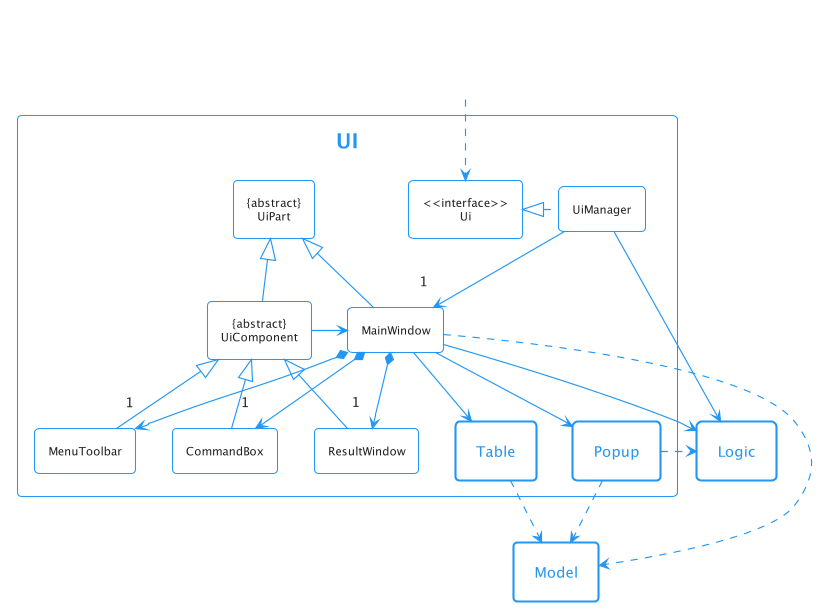
This is docs/images/UiClassDiagram.png from nus-cs2103-AY2122S2/tp, a PlantUML export, as it was before one commit. Its diagram source:
```plantuml
@startuml
!include style.puml
!theme materia-outline

skinparam backgroundColor white
skinparam shadowing false
skinparam arrowThickness 1.1

package UI <<Rectangle>> {
   Class "<<interface>>\nUi" as Ui
   Class "{abstract}\nUiPart" as UiPart
   Class "{abstract}\nUiComponent" as UiComponent
   Class UiManager
   Class MainWindow
   Class MenuToolbar
   Class CommandBox
   Class ResultWindow

   package Table <<Rectangle>> {
   }

   package Popup <<Rectangle>> {
   }
}

skinparam Class<<Hidden>> {
   BorderColor #FFFFFF
   BackgroundColor #FFFFFF
   FontColor #FFFFFF
   HeaderBackgroundColor #FFFFFF
   StereotypeFontColor #FFFFFF
}

package Model <<Rectangle>> {
}

package Logic <<Rectangle>> {
}


Class HiddenOutside<<Hidden>>
HiddenOutside ..> Ui

UiManager .left.|> Ui
UiManager -down-> "1" MainWindow
MainWindow *--> "1" MenuToolbar
MainWindow *--> "1" CommandBox
MainWindow *--> "1" ResultWindow
MainWindow --> Table
MainWindow --> Popup

MenuToolbar -up-|> UiComponent
CommandBox -up-|> UiComponent
ResultWindow -up-|> UiComponent

MainWindow -up-|> UiPart
UiComponent -up-|> UiPart

UiManager --> Logic
MainWindow --> Logic
Popup .right.> Logic

MainWindow .[norank].> Model
Popup .right.> Model
Table .down.> Model

UiComponent -left-> MainWindow

@enduml
```
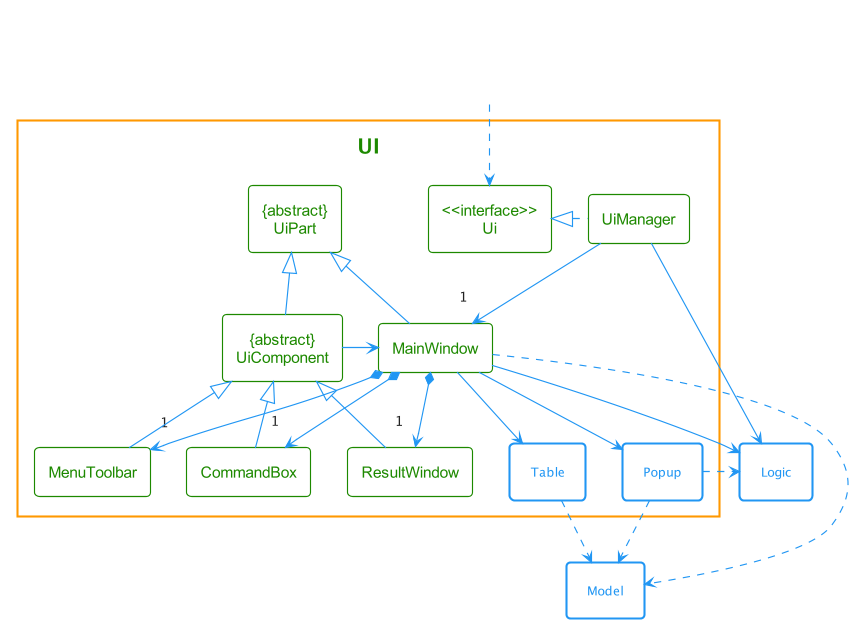
After the change.

What changed in the source:
```diff
@@ -1,34 +1,33 @@
 @startuml
 !include style.puml
-!theme materia-outline
 
-skinparam backgroundColor white
-skinparam shadowing false
-skinparam arrowThickness 1.1
+!$theme_color = UI_COLOR
 
-package UI <<Rectangle>> {
-   Class "<<interface>>\nUi" as Ui
-   Class "{abstract}\nUiPart" as UiPart
-   Class "{abstract}\nUiComponent" as UiComponent
-   Class UiManager
-   Class MainWindow
-   Class MenuToolbar
-   Class CommandBox
-   Class ResultWindow
+skinparam TitleFontColor $theme_color
+skinparam Class {
+    FontColor $theme_color
+    StereotypeFontColor $theme_color
+    BorderColor $theme_color
+    FontColor<<Hidden>> #FFFFFF
+    StereotypeFontColor<<Hidden>> #FFFFFF
+    BorderColor<<Hidden>> #FFFFFF
+}
+
+package UI {
+   class "<<interface>>\nUi" as Ui
+   class "{abstract}\nUiPart" as UiPart
+   class "{abstract}\nUiComponent" as UiComponent
+   class UiManager
+   class MainWindow
+   class MenuToolbar
+   class CommandBox
+   class ResultWindow
 
    package Table <<Rectangle>> {
    }
 
    package Popup <<Rectangle>> {
    }
-}
-
-skinparam Class<<Hidden>> {
-   BorderColor #FFFFFF
-   BackgroundColor #FFFFFF
-   FontColor #FFFFFF
-   HeaderBackgroundColor #FFFFFF
-   StereotypeFontColor #FFFFFF
 }
 
 package Model <<Rectangle>> {
@@ -38,7 +37,7 @@
 }
 
 
-Class HiddenOutside<<Hidden>>
+class HiddenOutside<<Hidden>>
 HiddenOutside ..> Ui
 
 UiManager .left.|> Ui
```
